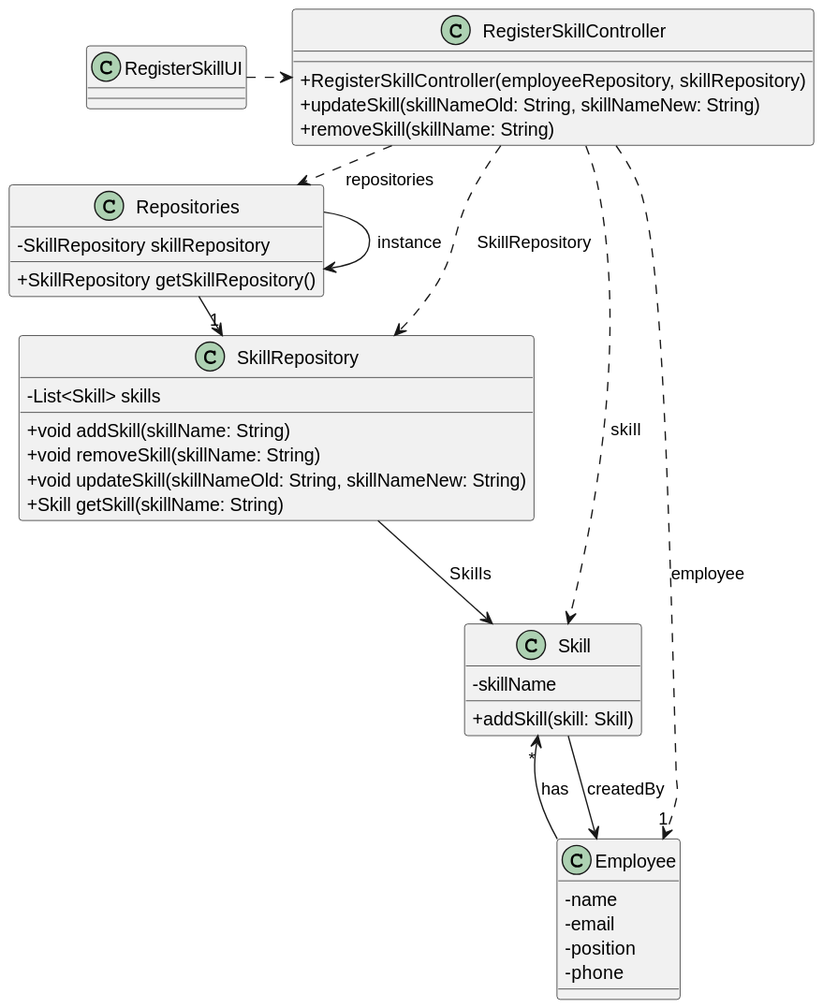
The PlantUML diagram docs/sprintB/us001/03.design/svg/us001-class-diagram.svg in Departamento-de-Engenharia-Informatica/greenspace-management, before a commit. Its diagram source:
```plantuml
@startuml
skinparam packageStyle rectangle
skinparam shadowing false
skinparam linetype polyline
skinparam linetype orto

skinparam classAttributeIconSize 0






class Employee {
    - name
    - email
    - position
    - phone
}

class Skill {
    - skillName

    + addSkill(skill: Skill)
}

class SkillRepository{
    - List<Skill> skills

    + void addSkill(skillName: String)
    + void removeSkill(skillName: String)
    + void updateSkill(skillNameOld: String, skillNameNew: String)
    + Skill getSkill(skillName: String)
}

class RegisterSkillUI {
}

class Repositories{
    - SkillRepository skillRepository

    + SkillRepository getSkillRepository()
}

class RegisterSkillController {
    + RegisterSkillController(employeeRepository, skillRepository)
    + updateSkill(skillNameOld: String, skillNameNew: String)
    + removeSkill(skillName: String)
}

Repositories -> Repositories : instance


RegisterSkillUI .> RegisterSkillController

RegisterSkillController .> Repositories : repositories

Repositories -> "1" SkillRepository

RegisterSkillController ..> Skill : skill
RegisterSkillController ..> SkillRepository : SkillRepository

SkillRepository --> Skill : Skills


RegisterSkillController ..> "1" Employee : employee


Skill --> Employee : createdBy

Employee --> "*" Skill : has
@enduml
```
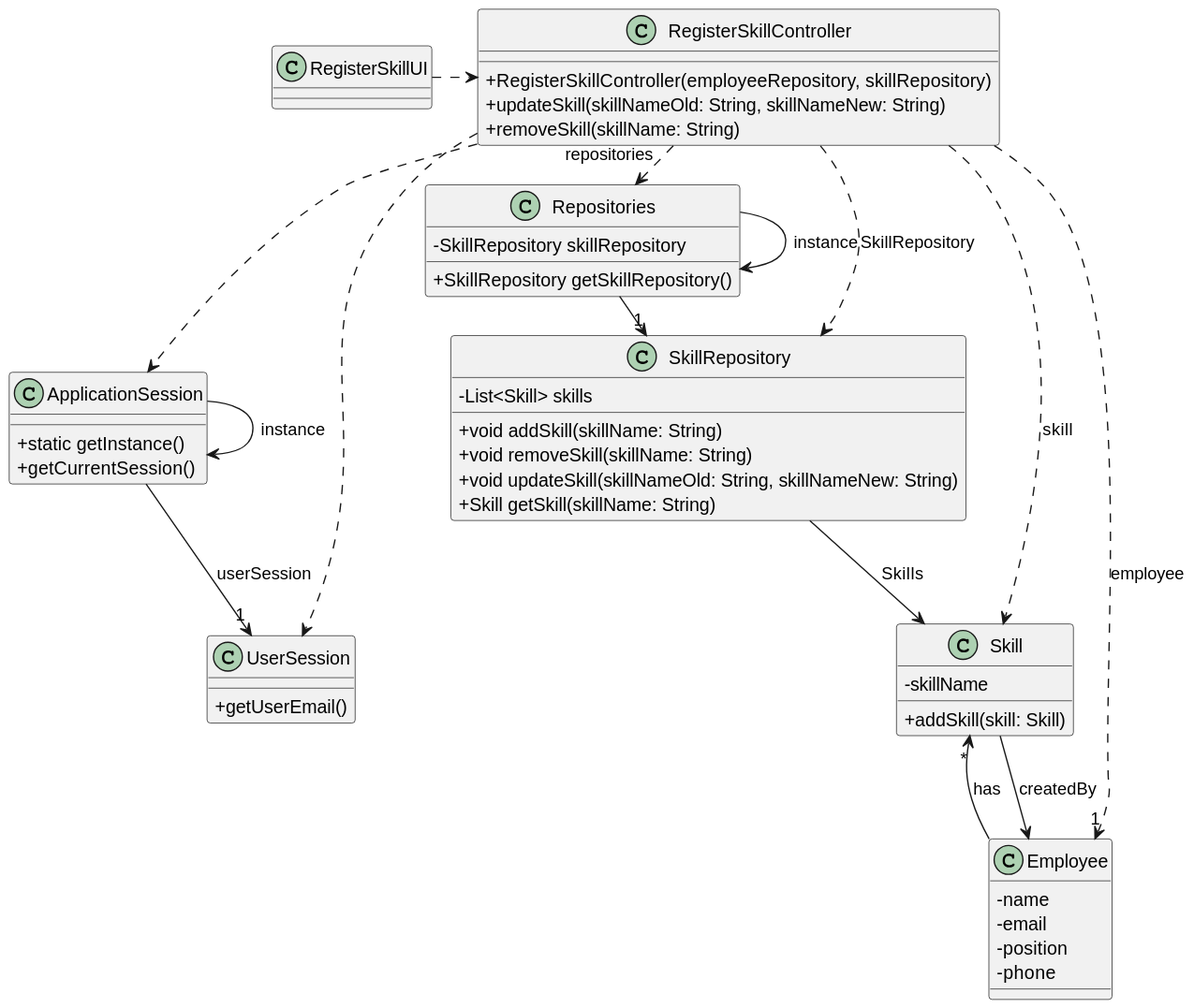
After the change.

Change to the diagram source:
```diff
@@ -7,9 +7,16 @@
 skinparam classAttributeIconSize 0
 
 
+class ApplicationSession
+{
+    + static getInstance()
+    + getCurrentSession()
+}
 
-
-
+class UserSession
+{
+    + getUserEmail()
+}
 
 class Employee {
     - name
@@ -49,7 +56,7 @@
 }
 
 Repositories -> Repositories : instance
-
+ApplicationSession -> ApplicationSession : instance
 
 RegisterSkillUI .> RegisterSkillController
 
@@ -62,9 +69,11 @@
 
 SkillRepository --> Skill : Skills
 
+ApplicationSession --> "1" UserSession : userSession
 
 RegisterSkillController ..> "1" Employee : employee
-
+RegisterSkillController ..> ApplicationSession
+RegisterSkillController ..> UserSession
 
 Skill --> Employee : createdBy
 
```
